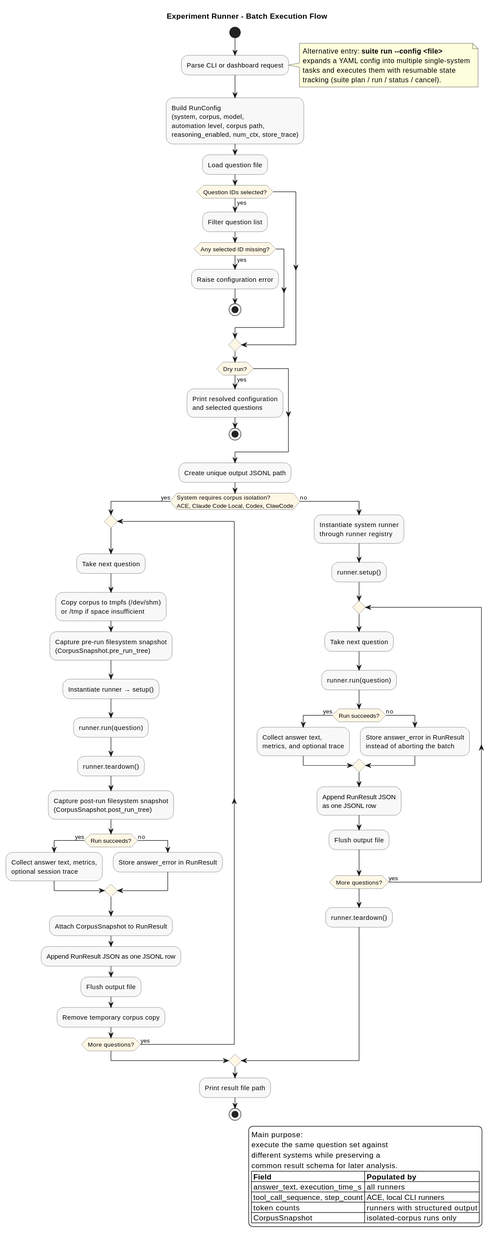
Before: docs/diagrams/generated/svg/experiment-runner-flow.svg, a diagram exported from PlantUML (TomsBicans/agentic-context-engineering).
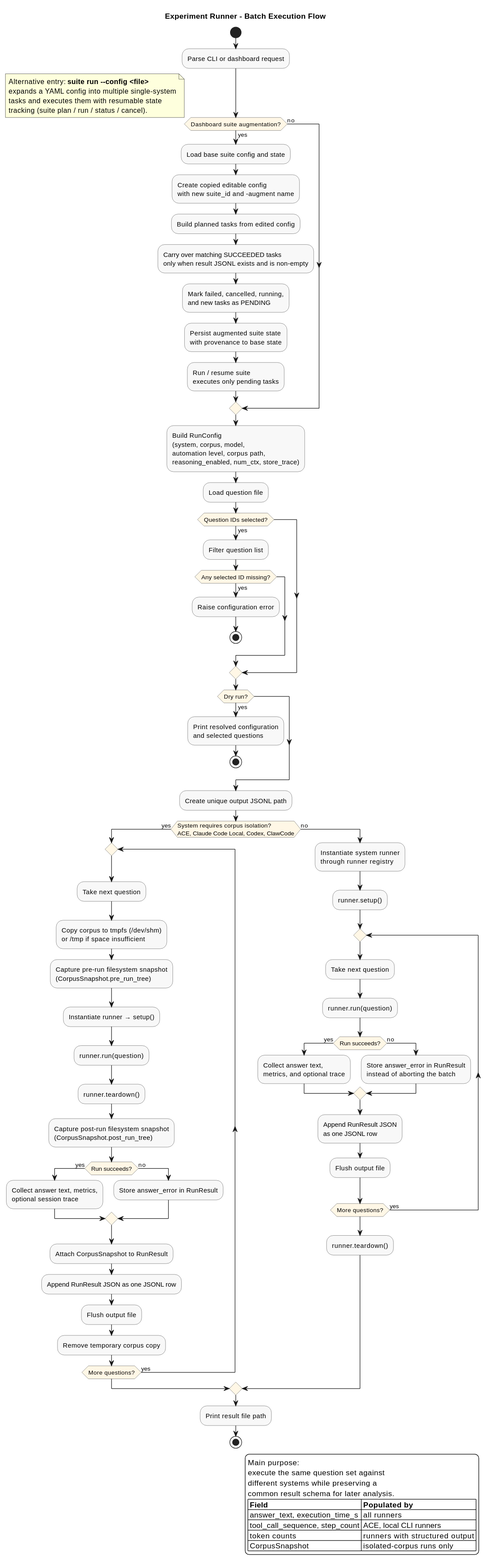
The same diagram one commit later.

The edit, as a diff of the source:
```diff
@@ -14,6 +14,17 @@
 start
 
 :Parse CLI or dashboard request;
+
+if (Dashboard suite augmentation?) then (yes)
+  :Load base suite config and state;
+  :Create copied editable config\nwith new suite_id and -augment name;
+  :Build planned tasks from edited config;
+  :Carry over matching SUCCEEDED tasks\nonly when result JSONL exists and is non-empty;
+  :Mark failed, cancelled, running,\nand new tasks as PENDING;
+  :Persist augmented suite state\nwith provenance to base state;
+  :Run / resume suite\nexecutes only pending tasks;
+else (no)
+endif
 
 note right
   Alternative entry: **suite run --config <file>**
```
